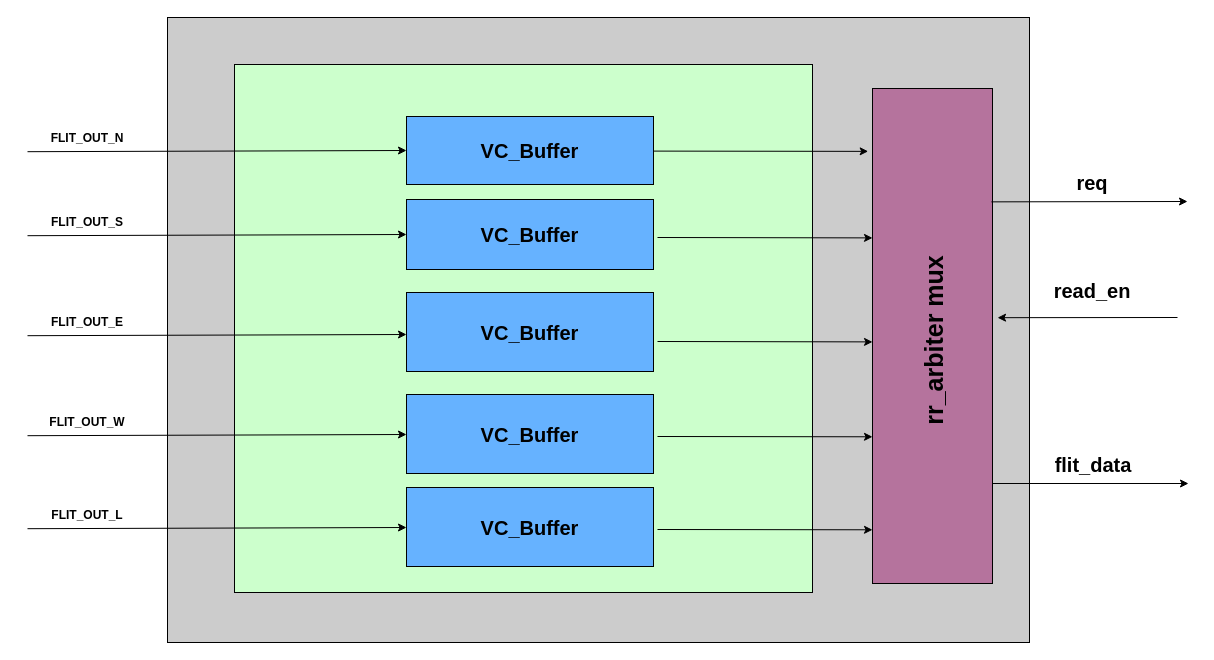
Akilax0/minimal_NoC keeps this draw.io diagram as page "temp-output_module" (14 of 16) of NoC.drawio. Above is the earlier version. Source tidied: cells renumbered, new cells numbered last; positions are measured from the earlier drawing's top-left corner, leaving out a move shared by most shapes. Both pictures are drawn from the tidied source at 100%, with x=0, y=0 at pixel (17, 17).
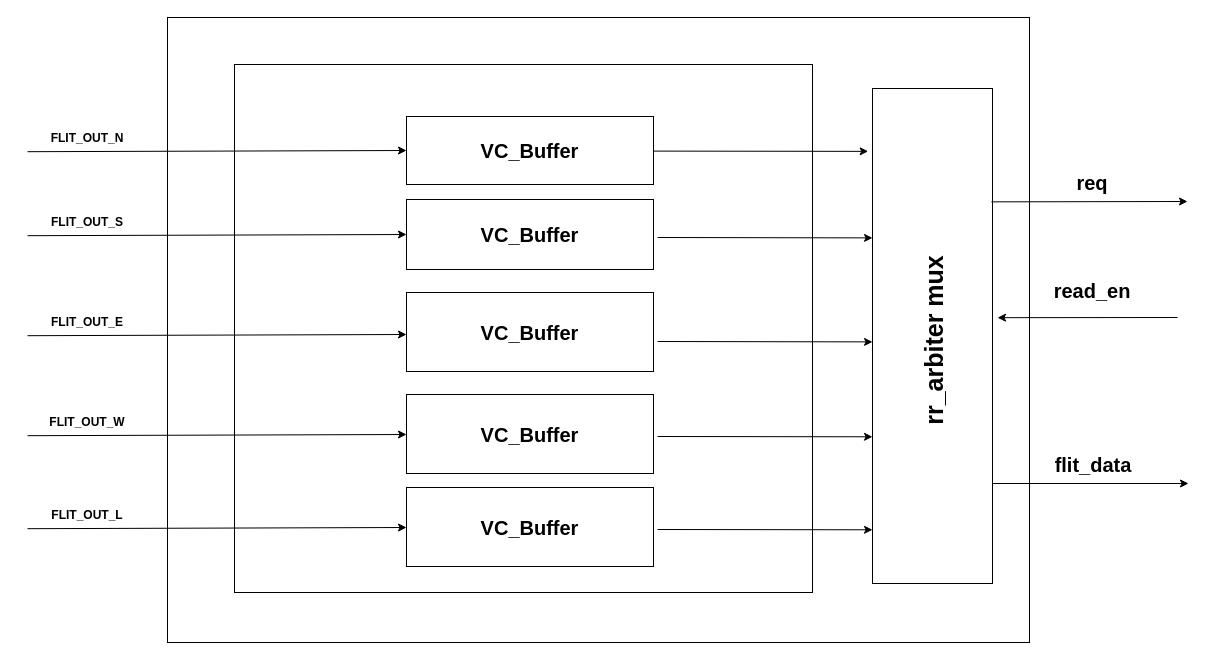
The same diagram, later.

What changed in the source:
```diff
@@
-    <mxCell id="2" style="rounded=0;whiteSpace=wrap;html=1;fillColor=#CCCCCC;" parent="1" vertex="1">
+    <mxCell id="2" style="rounded=0;whiteSpace=wrap;html=1;fillColor=none;" parent="1" vertex="1">
       <mxGeometry x="150" width="862" height="625" as="geometry" />
     </mxCell>
-    <mxCell id="3" style="rounded=0;whiteSpace=wrap;html=1;fillColor=#CCFFCC;" parent="1" vertex="1">
+    <mxCell id="3" style="rounded=0;whiteSpace=wrap;html=1;fillColor=none;" parent="1" vertex="1">
       <mxGeometry x="217" y="47" width="578" height="528" as="geometry" />
     </mxCell>
-    <mxCell id="4" value="&lt;font style=&quot;font-size: 20px;&quot;&gt;&lt;b&gt;VC_Buffer&lt;/b&gt;&lt;/font&gt;" style="rounded=0;whiteSpace=wrap;html=1;fillColor=#66B2FF;" parent="1" vertex="1">
+    <mxCell id="4" value="&lt;font style=&quot;font-size: 20px;&quot;&gt;&lt;b&gt;VC_Buffer&lt;/b&gt;&lt;/font&gt;" style="rounded=0;whiteSpace=wrap;html=1;fillColor=none;" parent="1" vertex="1">
       <mxGeometry x="389" y="99" width="247" height="68" as="geometry" />
     </mxCell>
-    <mxCell id="5" value="&lt;font style=&quot;font-size: 20px;&quot;&gt;&lt;b&gt;VC_Buffer&lt;/b&gt;&lt;/font&gt;" style="rounded=0;whiteSpace=wrap;html=1;fillColor=#66B2FF;" parent="1" vertex="1">
+    <mxCell id="5" value="&lt;font style=&quot;font-size: 20px;&quot;&gt;&lt;b&gt;VC_Buffer&lt;/b&gt;&lt;/font&gt;" style="rounded=0;whiteSpace=wrap;html=1;fillColor=none;" parent="1" vertex="1">
       <mxGeometry x="389" y="182" width="247" height="70" as="geometry" />
     </mxCell>
-    <mxCell id="6" value="&lt;font style=&quot;font-size: 20px;&quot;&gt;&lt;b&gt;VC_Buffer&lt;/b&gt;&lt;/font&gt;" style="rounded=0;whiteSpace=wrap;html=1;fillColor=#66B2FF;" parent="1" vertex="1">
+    <mxCell id="6" value="&lt;font style=&quot;font-size: 20px;&quot;&gt;&lt;b&gt;VC_Buffer&lt;/b&gt;&lt;/font&gt;" style="rounded=0;whiteSpace=wrap;html=1;fillColor=none;" parent="1" vertex="1">
       <mxGeometry x="389" y="275" width="247" height="79" as="geometry" />
     </mxCell>
-    <mxCell id="7" value="&lt;font style=&quot;font-size: 20px;&quot;&gt;&lt;b&gt;VC_Buffer&lt;/b&gt;&lt;/font&gt;" style="rounded=0;whiteSpace=wrap;html=1;fillColor=#66B2FF;" parent="1" vertex="1">
+    <mxCell id="7" value="&lt;font style=&quot;font-size: 20px;&quot;&gt;&lt;b&gt;VC_Buffer&lt;/b&gt;&lt;/font&gt;" style="rounded=0;whiteSpace=wrap;html=1;fillColor=none;" parent="1" vertex="1">
       <mxGeometry x="389" y="377" width="247" height="79" as="geometry" />
     </mxCell>
-    <mxCell id="8" style="rounded=0;whiteSpace=wrap;html=1;fillColor=#B5739D;" parent="1" vertex="1">
+    <mxCell id="8" style="rounded=0;whiteSpace=wrap;html=1;fillColor=none;" parent="1" vertex="1">
       <mxGeometry x="855" y="71" width="120" height="495" as="geometry" />
     </mxCell>
@@
-    <mxCell id="10" style="endArrow=classic;html=1;rounded=0;exitX=1;exitY=0.25;exitDx=0;exitDy=0;entryX=0;entryY=0.5;entryDx=0;entryDy=0;" parent="1" edge="1" target="4">
+    <mxCell id="10" style="endArrow=classic;html=1;rounded=0;exitX=1;exitY=0.25;exitDx=0;exitDy=0;entryX=0;entryY=0.5;entryDx=0;entryDy=0;fillColor=none;" parent="1" edge="1" target="4">
       <mxGeometry relative="1" as="geometry">
         <mxPoint x="10" y="134.2" as="sourcePoint" />
       </mxGeometry>
     </mxCell>
@@
-    <mxCell id="12" style="endArrow=classic;html=1;rounded=0;exitX=1;exitY=0.25;exitDx=0;exitDy=0;entryX=0;entryY=0.5;entryDx=0;entryDy=0;" parent="1" edge="1">
+    <mxCell id="12" style="endArrow=classic;html=1;rounded=0;exitX=1;exitY=0.25;exitDx=0;exitDy=0;entryX=0;entryY=0.5;entryDx=0;entryDy=0;fillColor=none;" parent="1" edge="1">
       <mxGeometry relative="1" as="geometry">
         <mxPoint x="10" y="218.2" as="sourcePoint" />
         <mxPoint x="389" y="217" as="targetPoint" />
       </mxGeometry>
     </mxCell>
@@
-    <mxCell id="14" style="endArrow=classic;html=1;rounded=0;exitX=1;exitY=0.25;exitDx=0;exitDy=0;entryX=0;entryY=0.5;entryDx=0;entryDy=0;" parent="1" edge="1">
+    <mxCell id="14" style="endArrow=classic;html=1;rounded=0;exitX=1;exitY=0.25;exitDx=0;exitDy=0;entryX=0;entryY=0.5;entryDx=0;entryDy=0;fillColor=none;" parent="1" edge="1">
       <mxGeometry relative="1" as="geometry">
         <mxPoint x="10" y="318.2" as="sourcePoint" />
         <mxPoint x="389" y="317" as="targetPoint" />
       </mxGeometry>
     </mxCell>
@@
-    <mxCell id="16" style="endArrow=classic;html=1;rounded=0;exitX=1;exitY=0.25;exitDx=0;exitDy=0;entryX=0;entryY=0.5;entryDx=0;entryDy=0;" parent="1" edge="1">
+    <mxCell id="16" style="endArrow=classic;html=1;rounded=0;exitX=1;exitY=0.25;exitDx=0;exitDy=0;entryX=0;entryY=0.5;entryDx=0;entryDy=0;fillColor=none;" parent="1" edge="1">
       <mxGeometry relative="1" as="geometry">
         <mxPoint x="10" y="418.2" as="sourcePoint" />
         <mxPoint x="389" y="417" as="targetPoint" />
       </mxGeometry>
     </mxCell>
@@
-    <mxCell id="18" style="endArrow=classic;html=1;rounded=0;exitX=1;exitY=0.25;exitDx=0;exitDy=0;entryX=-0.036;entryY=0.127;entryDx=0;entryDy=0;entryPerimeter=0;" parent="1" edge="1" target="8">
+    <mxCell id="18" style="endArrow=classic;html=1;rounded=0;exitX=1;exitY=0.25;exitDx=0;exitDy=0;entryX=-0.036;entryY=0.127;entryDx=0;entryDy=0;entryPerimeter=0;fillColor=none;" parent="1" edge="1" target="8">
       <mxGeometry relative="1" as="geometry">
         <mxPoint x="636" y="133.6" as="sourcePoint" />
       </mxGeometry>
     </mxCell>
-    <mxCell id="19" style="endArrow=classic;html=1;rounded=0;exitX=1;exitY=0.25;exitDx=0;exitDy=0;entryX=-0.036;entryY=0.127;entryDx=0;entryDy=0;entryPerimeter=0;" parent="1" edge="1">
+    <mxCell id="19" style="endArrow=classic;html=1;rounded=0;exitX=1;exitY=0.25;exitDx=0;exitDy=0;entryX=-0.036;entryY=0.127;entryDx=0;entryDy=0;entryPerimeter=0;fillColor=none;" parent="1" edge="1">
       <mxGeometry relative="1" as="geometry">
         <mxPoint x="640" y="220" as="sourcePoint" />
         <mxPoint x="855" y="220.4" as="targetPoint" />
       </mxGeometry>
     </mxCell>
-    <mxCell id="20" style="endArrow=classic;html=1;rounded=0;exitX=1;exitY=0.25;exitDx=0;exitDy=0;entryX=-0.036;entryY=0.127;entryDx=0;entryDy=0;entryPerimeter=0;" parent="1" edge="1">
+    <mxCell id="20" style="endArrow=classic;html=1;rounded=0;exitX=1;exitY=0.25;exitDx=0;exitDy=0;entryX=-0.036;entryY=0.127;entryDx=0;entryDy=0;entryPerimeter=0;fillColor=none;" parent="1" edge="1">
       <mxGeometry relative="1" as="geometry">
         <mxPoint x="640" y="324" as="sourcePoint" />
         <mxPoint x="855" y="324.4" as="targetPoint" />
       </mxGeometry>
     </mxCell>
-    <mxCell id="21" style="endArrow=classic;html=1;rounded=0;exitX=1;exitY=0.25;exitDx=0;exitDy=0;entryX=-0.036;entryY=0.127;entryDx=0;entryDy=0;entryPerimeter=0;" parent="1" edge="1">
+    <mxCell id="21" style="endArrow=classic;html=1;rounded=0;exitX=1;exitY=0.25;exitDx=0;exitDy=0;entryX=-0.036;entryY=0.127;entryDx=0;entryDy=0;entryPerimeter=0;fillColor=none;" parent="1" edge="1">
       <mxGeometry relative="1" as="geometry">
         <mxPoint x="640" y="419" as="sourcePoint" />
         <mxPoint x="855" y="419.3" as="targetPoint" />
       </mxGeometry>
     </mxCell>
-    <mxCell id="22" style="endArrow=classic;html=1;rounded=0;exitX=0.991;exitY=0.229;exitDx=0;exitDy=0;exitPerimeter=0;" parent="1" edge="1" source="8">
+    <mxCell id="22" style="endArrow=classic;html=1;rounded=0;exitX=0.991;exitY=0.229;exitDx=0;exitDy=0;exitPerimeter=0;fillColor=none;" parent="1" edge="1" source="8">
       <mxGeometry relative="1" as="geometry">
         <mxPoint x="1170" y="184" as="targetPoint" />
       </mxGeometry>
     </mxCell>
@@
-    <mxCell id="24" style="endArrow=classic;html=1;rounded=0;exitX=0.991;exitY=0.229;exitDx=0;exitDy=0;exitPerimeter=0;" parent="1" edge="1">
+    <mxCell id="24" style="endArrow=classic;html=1;rounded=0;exitX=0.991;exitY=0.229;exitDx=0;exitDy=0;exitPerimeter=0;fillColor=none;" parent="1" edge="1">
       <mxGeometry relative="1" as="geometry">
         <mxPoint x="975" y="466" as="sourcePoint" />
         <mxPoint x="1171" y="466" as="targetPoint" />
       </mxGeometry>
     </mxCell>
@@
-    <mxCell id="26" style="endArrow=classic;html=1;rounded=0;entryX=1.042;entryY=0.463;entryDx=0;entryDy=0;entryPerimeter=0;" parent="1" edge="1" target="8">
+    <mxCell id="26" style="endArrow=classic;html=1;rounded=0;entryX=1.042;entryY=0.463;entryDx=0;entryDy=0;entryPerimeter=0;fillColor=none;" parent="1" edge="1" target="8">
       <mxGeometry relative="1" as="geometry">
         <mxPoint x="1160" y="300" as="sourcePoint" />
       </mxGeometry>
     </mxCell>
@@
-    <mxCell id="28" value="&lt;font style=&quot;font-size: 20px;&quot;&gt;&lt;b&gt;VC_Buffer&lt;/b&gt;&lt;/font&gt;" style="rounded=0;whiteSpace=wrap;html=1;fillColor=#66B2FF;" parent="1" vertex="1">
+    <mxCell id="28" value="&lt;font style=&quot;font-size: 20px;&quot;&gt;&lt;b&gt;VC_Buffer&lt;/b&gt;&lt;/font&gt;" style="rounded=0;whiteSpace=wrap;html=1;fillColor=none;" parent="1" vertex="1">
       <mxGeometry x="389" y="470" width="247" height="79" as="geometry" />
     </mxCell>
-    <mxCell id="29" style="endArrow=classic;html=1;rounded=0;exitX=1;exitY=0.25;exitDx=0;exitDy=0;entryX=0;entryY=0.5;entryDx=0;entryDy=0;" parent="1" edge="1">
+    <mxCell id="29" style="endArrow=classic;html=1;rounded=0;exitX=1;exitY=0.25;exitDx=0;exitDy=0;entryX=0;entryY=0.5;entryDx=0;entryDy=0;fillColor=none;" parent="1" edge="1">
       <mxGeometry relative="1" as="geometry">
         <mxPoint x="10" y="511.2" as="sourcePoint" />
         <mxPoint x="389" y="510" as="targetPoint" />
       </mxGeometry>
     </mxCell>
@@
-    <mxCell id="31" style="endArrow=classic;html=1;rounded=0;exitX=1;exitY=0.25;exitDx=0;exitDy=0;entryX=-0.036;entryY=0.127;entryDx=0;entryDy=0;entryPerimeter=0;" parent="1" edge="1">
+    <mxCell id="31" style="endArrow=classic;html=1;rounded=0;exitX=1;exitY=0.25;exitDx=0;exitDy=0;entryX=-0.036;entryY=0.127;entryDx=0;entryDy=0;entryPerimeter=0;fillColor=none;" parent="1" edge="1">
       <mxGeometry relative="1" as="geometry">
         <mxPoint x="640" y="512" as="sourcePoint" />
         <mxPoint x="855" y="512.3" as="targetPoint" />
       </mxGeometry>
     </mxCell>
```
